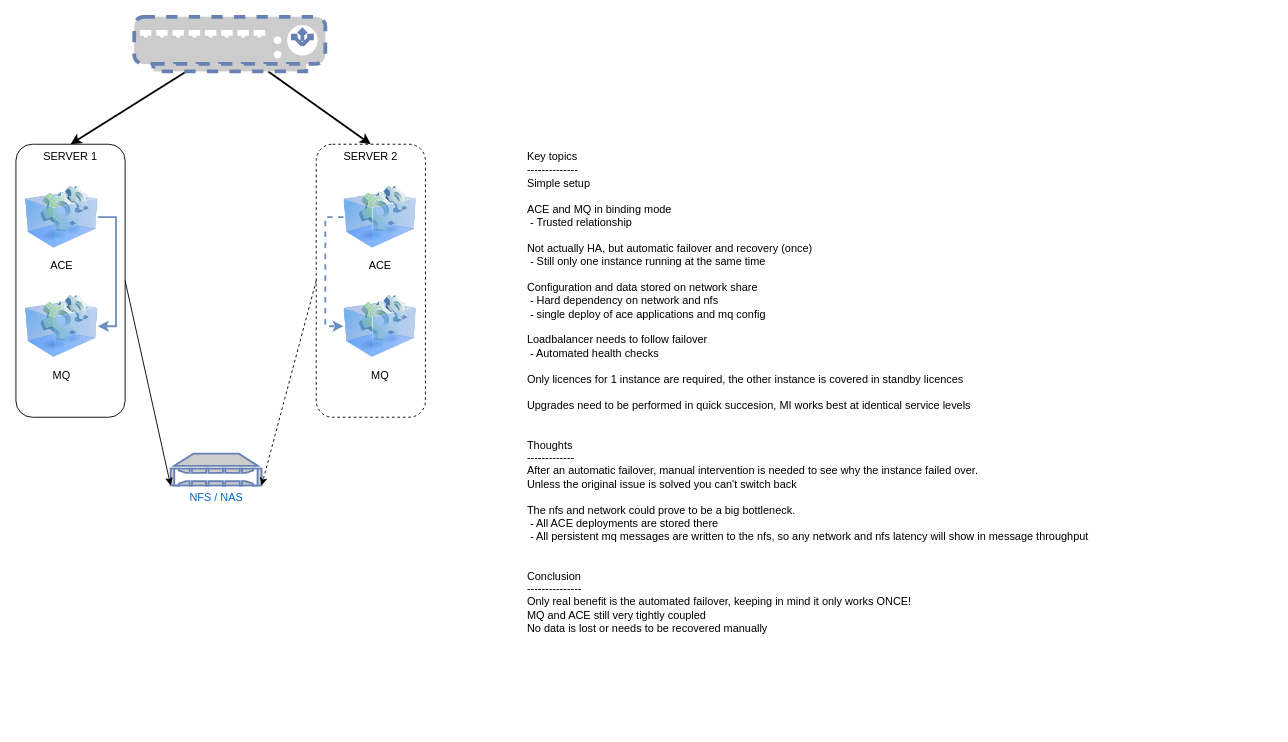
Above: page "Multi-instance" (1 of 10) of Designs/ACE/HighAvailabilityScenarios.drawio in matthiasblomme/MixedTools (draw.io), before the change. Source tidied: cells renumbered, new cells numbered last; positions are measured from the earlier drawing's top-left corner, leaving out a move shared by most shapes. Both pictures are drawn from the tidied source at 91%, with x=0, y=0 at pixel (15, 16).
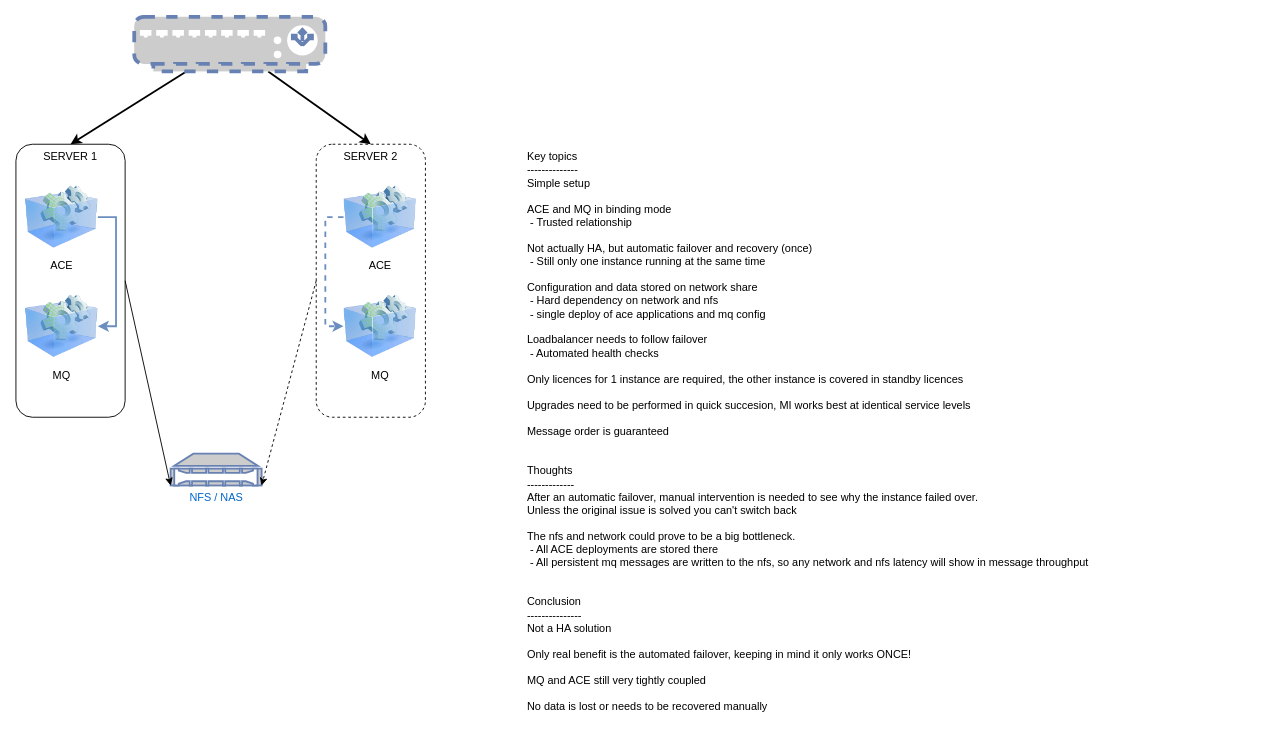
The same diagram, later.

Change to the diagram source:
```diff
@@
-    <mxCell id="13" value="Key topics&lt;br&gt;--------------&lt;br&gt;Simple setup&lt;br&gt;&lt;br&gt;ACE and MQ in binding mode&lt;br&gt;&amp;nbsp;- Trusted relationship&lt;br&gt;&lt;br&gt;Not actually HA, but automatic failover and recovery (once)&lt;br&gt;&amp;nbsp;- Still only one instance running at the same time&lt;br&gt;&lt;br&gt;Configuration and data stored on network share&lt;br&gt;&amp;nbsp;- Hard dependency on network and nfs&lt;br&gt;&amp;nbsp;- single deploy of ace applications and mq config&lt;br&gt;&lt;br&gt;Loadbalancer needs to follow failover&lt;br&gt;&amp;nbsp;- Automated health checks&lt;br&gt;&lt;br&gt;Only licences for 1 instance are required, the other instance is covered in standby licences&lt;br&gt;&lt;br&gt;Upgrades need to be performed in quick succesion, MI works best at identical service levels&lt;br&gt;&lt;br&gt;&lt;br&gt;Thoughts&lt;br&gt;-------------&lt;br&gt;After an automatic failover, manual intervention is needed to see why the instance failed over.&lt;br&gt;Unless the original issue is solved you can't switch back&lt;br&gt;&lt;br&gt;The nfs and network could prove to be a big bottleneck. &lt;br&gt;&amp;nbsp;- All ACE deployments are stored there&lt;br&gt;&amp;nbsp;- All persistent mq messages are written to the nfs, so any network and nfs latency will show in message throughput&lt;br&gt;&lt;br&gt;&lt;br&gt;Conclusion&lt;br&gt;---------------&lt;br&gt;Only real benefit is the automated failover, keeping in mind it only works ONCE!&lt;br&gt;MQ and ACE still very tightly coupled&lt;br&gt;No data is lost or needs to be recovered manually" style="text;html=1;strokeColor=none;fillColor=none;align=left;verticalAlign=top;whiteSpace=wrap;rounded=0;dashed=1;" parent="1" vertex="1">
+    <mxCell id="13" value="Key topics&lt;br&gt;--------------&lt;br&gt;Simple setup&lt;br&gt;&lt;br&gt;ACE and MQ in binding mode&lt;br&gt;&amp;nbsp;- Trusted relationship&lt;br&gt;&lt;br&gt;Not actually HA, but automatic failover and recovery (once)&lt;br&gt;&amp;nbsp;- Still only one instance running at the same time&lt;br&gt;&lt;br&gt;Configuration and data stored on network share&lt;br&gt;&amp;nbsp;- Hard dependency on network and nfs&lt;br&gt;&amp;nbsp;- single deploy of ace applications and mq config&lt;br&gt;&lt;br&gt;Loadbalancer needs to follow failover&lt;br&gt;&amp;nbsp;- Automated health checks&lt;br&gt;&lt;br&gt;Only licences for 1 instance are required, the other instance is covered in standby licences&lt;br&gt;&lt;br&gt;Upgrades need to be performed in quick succesion, MI works best at identical service levels&lt;br&gt;&lt;br&gt;Message order is guaranteed&lt;br&gt;&lt;br&gt;&lt;br&gt;Thoughts&lt;br&gt;-------------&lt;br&gt;After an automatic failover, manual intervention is needed to see why the instance failed over.&lt;br&gt;Unless the original issue is solved you can't switch back&lt;br&gt;&lt;br&gt;The nfs and network could prove to be a big bottleneck. &lt;br&gt;&amp;nbsp;- All ACE deployments are stored there&lt;br&gt;&amp;nbsp;- All persistent mq messages are written to the nfs, so any network and nfs latency will show in message throughput&lt;br&gt;&lt;br&gt;&lt;br&gt;Conclusion&lt;br&gt;---------------&lt;br&gt;Not a HA solution&lt;br&gt;&lt;br&gt;Only real benefit is the automated failover, keeping in mind it only works ONCE!&lt;br&gt;&lt;br&gt;MQ and ACE still very tightly coupled&lt;br&gt;&lt;br&gt;No data is lost or needs to be recovered manually&lt;br&gt;&lt;br&gt;" style="text;html=1;strokeColor=none;fillColor=none;align=left;verticalAlign=top;whiteSpace=wrap;rounded=0;dashed=1;" parent="1" vertex="1">
       <mxGeometry x="560" y="140" width="820" height="510" as="geometry" />
     </mxCell>
```
